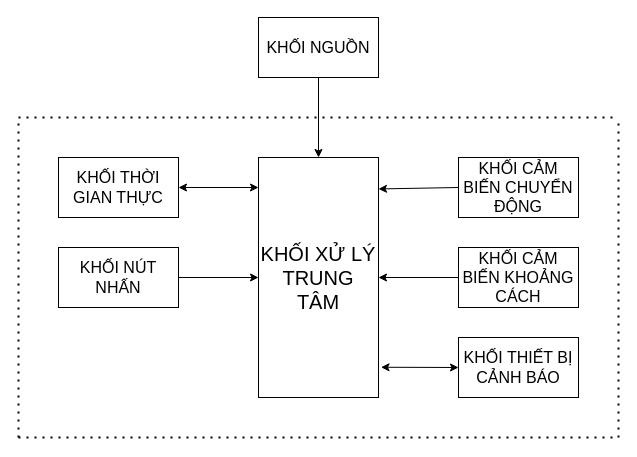
ngxziet/doan1 keeps this draw.io diagram as sodokhoi.drawio. Above is the earlier version. Source tidied: cells renumbered, new cells numbered last; positions are measured from the earlier drawing's top-left corner, leaving out a move shared by most shapes. Both pictures are drawn from the tidied source at 100%, with x=0, y=0 at pixel (18, 17).
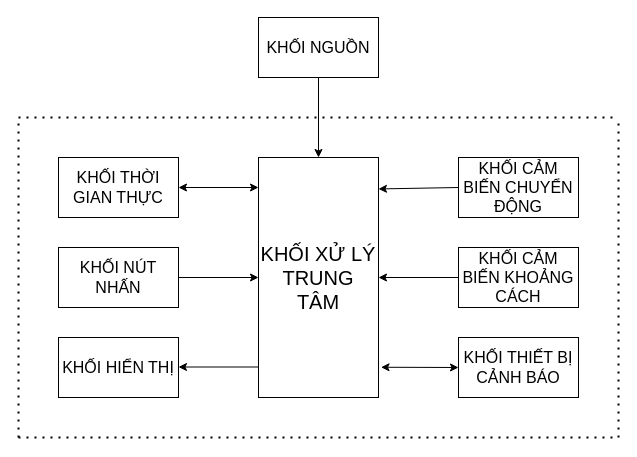
Above is the later version.

Commit message:
Cập nhật sodokhoi.drawio

Diff of the diagram source:
```diff
@@
+    <mxCell id="19" value="&lt;span style=&quot;font-size: 16px;&quot;&gt;KHỐI HIỂN THỊ&lt;/span&gt;" style="rounded=0;whiteSpace=wrap;html=1;" parent="1" vertex="1">
+      <mxGeometry x="40" y="320" width="120" height="60" as="geometry" />
+    </mxCell>
+    <mxCell id="20" style="endArrow=classic;html=1;rounded=0;exitX=0;exitY=0.5;exitDx=0;exitDy=0;entryX=1;entryY=0.5;entryDx=0;entryDy=0;" parent="1" edge="1">
+      <mxGeometry relative="1" as="geometry">
+        <mxPoint x="240" y="349.5" as="sourcePoint" />
+        <mxPoint x="160" y="349.5" as="targetPoint" />
+      </mxGeometry>
+    </mxCell>
```
